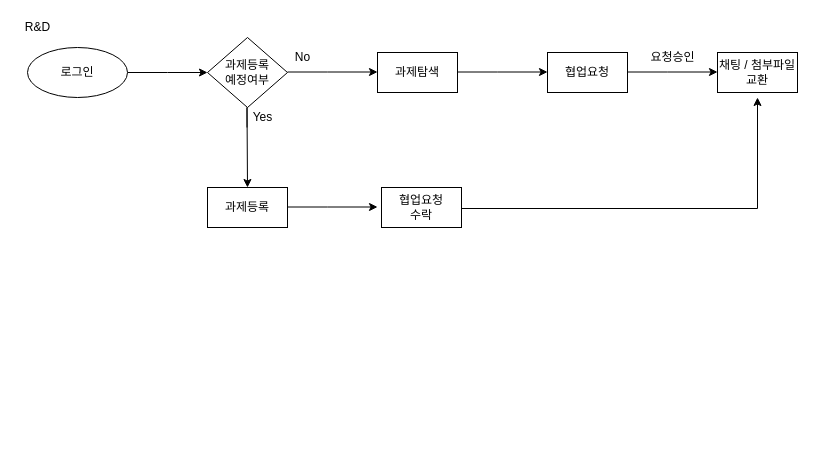
Above: cowork.drawio in Lucidhomme/TIL (draw.io), before the change. Source tidied: cells renumbered, new cells numbered last; positions are measured from the earlier drawing's top-left corner, leaving out a move shared by most shapes. Both pictures are drawn from the tidied source at 100%, with x=0, y=0 at pixel (17, 17).
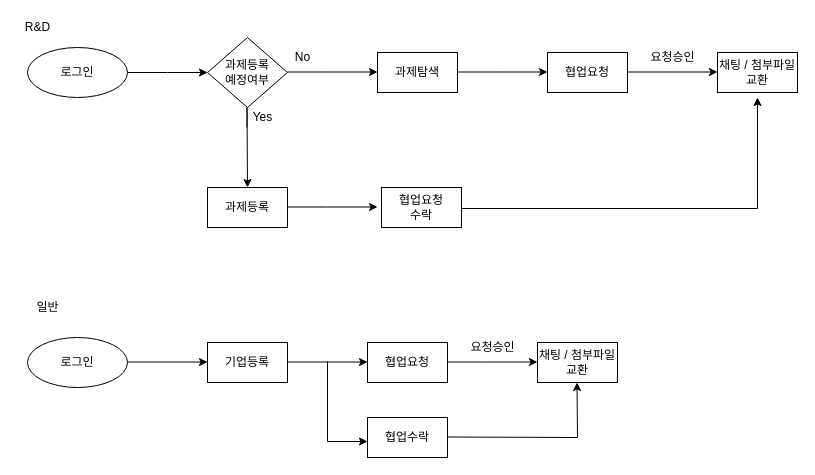
The same page after the edit.

Change to the diagram source:
```diff
@@
+    <mxCell id="20" value="일반" style="text;html=1;align=center;verticalAlign=middle;fillColor=none;strokeColor=none;rounded=0;" parent="1" vertex="1">
+      <mxGeometry x="10" y="280" width="40" height="20" as="geometry" />
+    </mxCell>
+    <mxCell id="21" value="로그인" style="ellipse;whiteSpace=wrap;html=1;" parent="1" vertex="1">
+      <mxGeometry x="10" y="320" width="100" height="50" as="geometry" />
+    </mxCell>
+    <mxCell id="22" style="edgeStyle=orthogonalEdgeStyle;rounded=0;orthogonalLoop=1;jettySize=auto;html=1;" parent="1" edge="1">
+      <mxGeometry relative="1" as="geometry">
+        <mxPoint x="110" y="344.5" as="sourcePoint" />
+        <mxPoint x="190" y="344.5" as="targetPoint" />
+      </mxGeometry>
+    </mxCell>
+    <mxCell id="23" value="기업등록" style="rounded=0;whiteSpace=wrap;html=1;" parent="1" vertex="1">
+      <mxGeometry x="190" y="325" width="80" height="40" as="geometry" />
+    </mxCell>
+    <mxCell id="24" style="edgeStyle=orthogonalEdgeStyle;rounded=0;orthogonalLoop=1;jettySize=auto;html=1;" parent="1" edge="1">
+      <mxGeometry relative="1" as="geometry">
+        <mxPoint x="270" y="344.5" as="sourcePoint" />
+        <mxPoint x="350" y="344.5" as="targetPoint" />
+      </mxGeometry>
+    </mxCell>
+    <mxCell id="25" value="협업요청" style="rounded=0;whiteSpace=wrap;html=1;" parent="1" vertex="1">
+      <mxGeometry x="350" y="325" width="80" height="40" as="geometry" />
+    </mxCell>
+    <mxCell id="26" style="edgeStyle=orthogonalEdgeStyle;rounded=0;orthogonalLoop=1;jettySize=auto;html=1;" parent="1" edge="1">
+      <mxGeometry relative="1" as="geometry">
+        <mxPoint x="430" y="344.5" as="sourcePoint" />
+        <mxPoint x="520" y="344.5" as="targetPoint" />
+        <Array as="points">
+          <mxPoint x="470" y="345" />
+          <mxPoint x="470" y="345" />
+        </Array>
+      </mxGeometry>
+    </mxCell>
+    <mxCell id="27" value="요청승인" style="text;html=1;align=center;verticalAlign=middle;fillColor=none;strokeColor=none;rounded=0;" parent="1" vertex="1">
+      <mxGeometry x="445" y="320" width="60" height="20" as="geometry" />
+    </mxCell>
+    <mxCell id="28" value="채팅 / 첨부파일 교환" style="rounded=0;whiteSpace=wrap;html=1;" parent="1" vertex="1">
+      <mxGeometry x="520" y="325" width="80" height="40" as="geometry" />
+    </mxCell>
+    <mxCell id="29" style="edgeStyle=orthogonalEdgeStyle;rounded=0;orthogonalLoop=1;jettySize=auto;html=1;" parent="1" edge="1">
+      <mxGeometry relative="1" as="geometry">
+        <mxPoint x="310" y="364" as="sourcePoint" />
+        <mxPoint x="350" y="424" as="targetPoint" />
+        <Array as="points">
+          <mxPoint x="310" y="344" />
+          <mxPoint x="310" y="344" />
+        </Array>
+      </mxGeometry>
+    </mxCell>
+    <mxCell id="30" value="협업수락" style="rounded=0;whiteSpace=wrap;html=1;" parent="1" vertex="1">
+      <mxGeometry x="350" y="400" width="80" height="40" as="geometry" />
+    </mxCell>
+    <mxCell id="31" style="endArrow=none;html=1;" parent="1" edge="1">
+      <mxGeometry relative="1" as="geometry">
+        <mxPoint x="430" y="419.5" as="sourcePoint" />
+        <mxPoint x="560" y="420" as="targetPoint" />
+      </mxGeometry>
+    </mxCell>
+    <mxCell id="32" style="endArrow=classic;html=1;" parent="1" edge="1">
+      <mxGeometry relative="1" as="geometry">
+        <mxPoint x="560" y="420" as="sourcePoint" />
+        <mxPoint x="559.5" y="365" as="targetPoint" />
+      </mxGeometry>
+    </mxCell>
```
